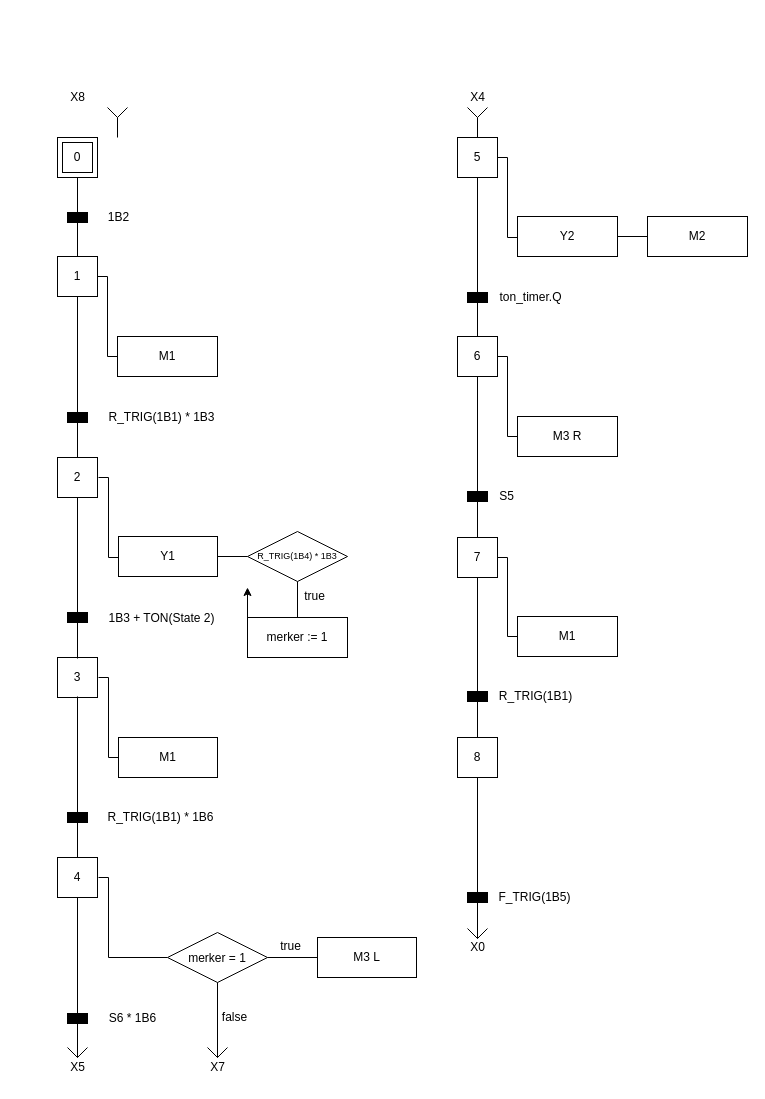
Above: schematics/Ablaufdiagramm.drawio in AdrianBecker/SPS-Station7 (draw.io), before the change. Source tidied: cells renumbered, new cells numbered last; positions are measured from the earlier drawing's top-left corner, leaving out a move shared by most shapes. Both pictures are drawn from the tidied source at 100%, with x=0, y=0 at pixel (57, 82).
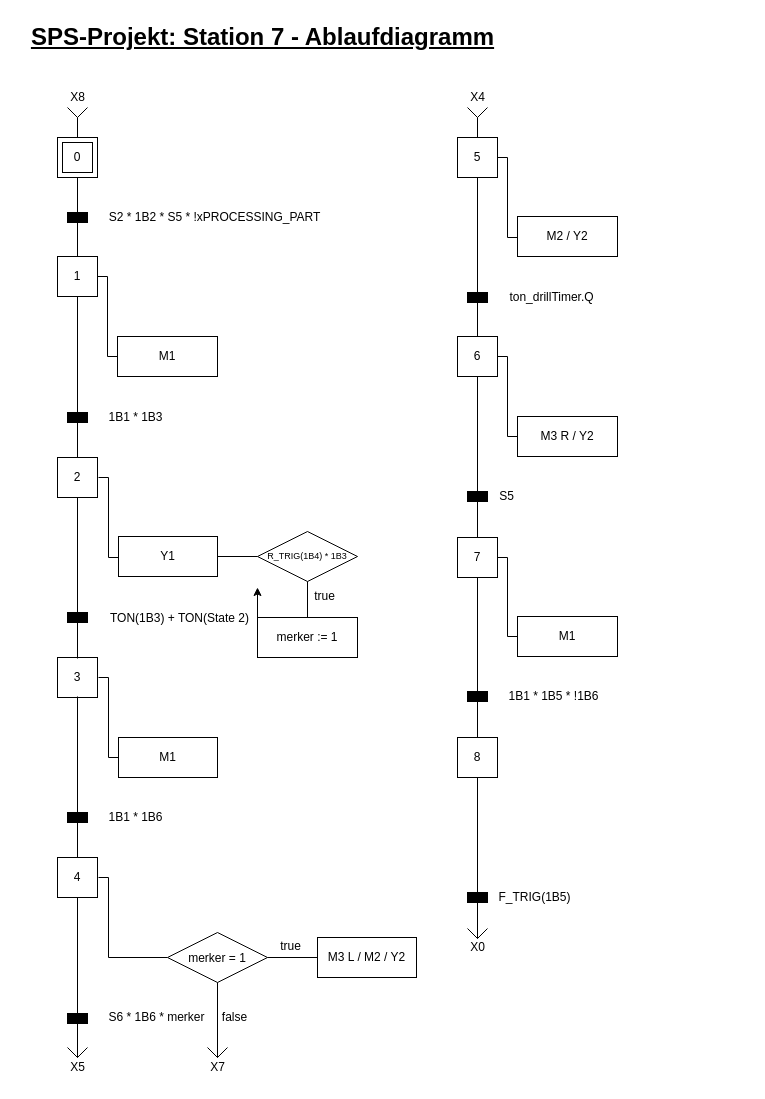
The same diagram, later.

Commit message (it also covers changes not shown here):
Updated process diagram

What changed in the source:
```diff
@@
     <mxCell id="5" style="endArrow=none;html=1;rounded=0;" parent="1" edge="1">
       <mxGeometry relative="1" as="geometry">
-        <mxPoint x="60" y="55" as="sourcePoint" />
-        <mxPoint x="60" y="35" as="targetPoint" />
+        <mxPoint x="20" y="55" as="sourcePoint" />
+        <mxPoint x="20" y="35" as="targetPoint" />
       </mxGeometry>
     </mxCell>
     <mxCell id="6" style="endArrow=none;html=1;rounded=0;" parent="1" edge="1">
       <mxGeometry relative="1" as="geometry">
-        <mxPoint x="60" y="35" as="sourcePoint" />
-        <mxPoint x="70" y="25" as="targetPoint" />
+        <mxPoint x="20" y="35" as="sourcePoint" />
+        <mxPoint x="30" y="25" as="targetPoint" />
       </mxGeometry>
     </mxCell>
     <mxCell id="7" style="endArrow=none;html=1;rounded=0;" parent="1" edge="1">
       <mxGeometry relative="1" as="geometry">
-        <mxPoint x="50" y="25" as="sourcePoint" />
-        <mxPoint x="60" y="35" as="targetPoint" />
+        <mxPoint x="10" y="25" as="sourcePoint" />
+        <mxPoint x="20" y="35" as="targetPoint" />
       </mxGeometry>
     </mxCell>
@@
-    <mxCell id="12" value="1B2" style="text;html=1;align=center;verticalAlign=middle;strokeColor=none;fillColor=none;" parent="1" vertex="1">
-      <mxGeometry x="41" y="120" width="40" height="30" as="geometry" />
+    <mxCell id="12" value="S2 * 1B2 * S5 * !xPROCESSING_PART" style="text;html=1;align=center;verticalAlign=middle;strokeColor=none;fillColor=none;" parent="1" vertex="1">
+      <mxGeometry x="37" y="120" width="240" height="30" as="geometry" />
     </mxCell>
@@
-    <mxCell id="21" value="R_TRIG(1B1) * 1B3" style="text;html=1;align=center;verticalAlign=middle;strokeColor=none;fillColor=none;" parent="1" vertex="1">
-      <mxGeometry x="39" y="320" width="130" height="30" as="geometry" />
+    <mxCell id="21" value="1B1 * 1B3" style="text;html=1;align=center;verticalAlign=middle;strokeColor=none;fillColor=none;" parent="1" vertex="1">
+      <mxGeometry x="38" y="320" width="80" height="30" as="geometry" />
     </mxCell>
@@
-    <mxCell id="33" value="1B3 + TON(State 2)" style="text;html=1;align=center;verticalAlign=middle;strokeColor=none;fillColor=none;" parent="1" vertex="1">
-      <mxGeometry x="39" y="521" width="130" height="30" as="geometry" />
+    <mxCell id="33" value="TON(1B3) + TON(State 2)" style="text;html=1;align=center;verticalAlign=middle;strokeColor=none;fillColor=none;" parent="1" vertex="1">
+      <mxGeometry x="42" y="521" width="160" height="30" as="geometry" />
     </mxCell>
@@
-    <mxCell id="44" value="S6 * 1B6" style="text;html=1;align=center;verticalAlign=middle;strokeColor=none;fillColor=none;" parent="1" vertex="1">
-      <mxGeometry x="40" y="921" width="70" height="30" as="geometry" />
+    <mxCell id="44" value="S6 * 1B6 * merker" style="text;html=1;align=center;verticalAlign=middle;strokeColor=none;fillColor=none;" parent="1" vertex="1">
+      <mxGeometry x="39" y="920" width="120" height="30" as="geometry" />
     </mxCell>
@@
-    <mxCell id="63" value="R_TRIG(1B1) * 1B6" style="text;html=1;align=center;verticalAlign=middle;strokeColor=none;fillColor=none;" parent="1" vertex="1">
-      <mxGeometry x="38" y="720" width="130" height="30" as="geometry" />
+    <mxCell id="63" value="&lt;div&gt;1B1 * 1B6&lt;/div&gt;" style="text;html=1;align=center;verticalAlign=middle;strokeColor=none;fillColor=none;" parent="1" vertex="1">
+      <mxGeometry x="38" y="720" width="80" height="30" as="geometry" />
     </mxCell>
     <mxCell id="64" value="&lt;div style=&quot;line-height: 20%;&quot;&gt;&lt;div&gt;&lt;font style=&quot;font-size: 9px; line-height: 20%;&quot;&gt;R_TRIG(1B4) * 1B3&lt;/font&gt;&lt;/div&gt;&lt;/div&gt;" style="rhombus;whiteSpace=wrap;html=1;" parent="1" vertex="1">
-      <mxGeometry x="190" y="449" width="100" height="50" as="geometry" />
+      <mxGeometry x="200" y="449" width="100" height="50" as="geometry" />
     </mxCell>
@@
     <mxCell id="66" value="merker := 1" style="rounded=0;whiteSpace=wrap;html=1;fillColor=none;" parent="1" vertex="1">
-      <mxGeometry x="190" y="535" width="100" height="40" as="geometry" />
+      <mxGeometry x="200" y="535" width="100" height="40" as="geometry" />
     </mxCell>
-    <mxCell id="67" style="endArrow=none;html=1;rounded=0;entryX=0.5;entryY=1;entryDx=0;entryDy=0;exitX=0.5;exitY=0;exitDx=0;exitDy=0;" parent="1" edge="1" source="66" target="64">
-      <mxGeometry relative="1" as="geometry" />
+    <mxCell id="67" style="endArrow=none;html=1;rounded=0;entryX=0.5;entryY=1;entryDx=0;entryDy=0;exitX=0.5;exitY=0;exitDx=0;exitDy=0;" parent="1" edge="1">
+      <mxGeometry relative="1" as="geometry">
+        <mxPoint x="250" y="535" as="sourcePoint" />
+        <mxPoint x="250" y="499" as="targetPoint" />
+      </mxGeometry>
     </mxCell>
     <mxCell id="68" value="true" style="text;html=1;align=center;verticalAlign=middle;strokeColor=none;fillColor=none;" parent="1" vertex="1">
-      <mxGeometry x="237" y="499" width="40" height="30" as="geometry" />
+      <mxGeometry x="247" y="499" width="40" height="30" as="geometry" />
     </mxCell>
     <mxCell id="69" style="endArrow=classic;html=1;rounded=0;" parent="1" edge="1">
       <mxGeometry relative="1" as="geometry">
-        <mxPoint x="190" y="535" as="sourcePoint" />
-        <mxPoint x="190" y="505" as="targetPoint" />
+        <mxPoint x="200" y="535" as="sourcePoint" />
+        <mxPoint x="200" y="505" as="targetPoint" />
       </mxGeometry>
     </mxCell>
@@
-    <mxCell id="75" value="M3 R" style="rounded=0;whiteSpace=wrap;html=1;fillColor=none;" parent="1" vertex="1">
+    <mxCell id="75" value="&lt;div&gt;M3 R / Y2&lt;/div&gt;" style="rounded=0;whiteSpace=wrap;html=1;fillColor=none;" parent="1" vertex="1">
       <mxGeometry x="460" y="334" width="100" height="40" as="geometry" />
     </mxCell>
-    <mxCell id="76" value="ton_timer.Q" style="text;html=1;align=center;verticalAlign=middle;strokeColor=none;fillColor=none;" parent="1" vertex="1">
-      <mxGeometry x="428" y="200" width="90" height="30" as="geometry" />
+    <mxCell id="76" value="ton_drillTimer.Q" style="text;html=1;align=center;verticalAlign=middle;strokeColor=none;fillColor=none;" parent="1" vertex="1">
+      <mxGeometry x="439" y="200" width="110" height="30" as="geometry" />
     </mxCell>
@@
-    <mxCell id="88" value="Y2" style="rounded=0;whiteSpace=wrap;html=1;fillColor=none;" parent="1" vertex="1">
+    <mxCell id="88" value="M2 / Y2" style="rounded=0;whiteSpace=wrap;html=1;fillColor=none;" parent="1" vertex="1">
       <mxGeometry x="460" y="134" width="100" height="40" as="geometry" />
     </mxCell>
-    <mxCell id="89" value="M2" style="rounded=0;whiteSpace=wrap;html=1;fillColor=none;" parent="1" vertex="1">
-      <mxGeometry x="590" y="134" width="100" height="40" as="geometry" />
-    </mxCell>
-    <mxCell id="90" style="endArrow=none;html=1;rounded=0;exitX=1;exitY=0.5;exitDx=0;exitDy=0;entryX=0;entryY=0.5;entryDx=0;entryDy=0;" parent="1" edge="1" source="88" target="89">
-      <mxGeometry relative="1" as="geometry" />
-    </mxCell>
@@
-    <mxCell id="96" value="R_TRIG(1B1)" style="text;html=1;align=center;verticalAlign=middle;strokeColor=none;fillColor=none;" parent="1" vertex="1">
-      <mxGeometry x="428" y="599" width="100" height="30" as="geometry" />
+    <mxCell id="96" value="1B1 * 1B5 * !1B6" style="text;html=1;align=center;verticalAlign=middle;strokeColor=none;fillColor=none;" parent="1" vertex="1">
+      <mxGeometry x="441" y="599" width="110" height="30" as="geometry" />
     </mxCell>
@@
-    <mxCell id="104" value="M3 L" style="rounded=0;whiteSpace=wrap;html=1;fillColor=none;" parent="1" vertex="1">
+    <mxCell id="104" value="M3 L / M2 / Y2" style="rounded=0;whiteSpace=wrap;html=1;fillColor=none;" parent="1" vertex="1">
       <mxGeometry x="260" y="855" width="99" height="40" as="geometry" />
     </mxCell>
@@
+    <mxCell id="106" value="&lt;font style=&quot;font-size: 24px;&quot;&gt;&lt;b&gt;&lt;u&gt;SPS-Projekt: Station 7 - Ablaufdiagramm&lt;/u&gt;&lt;/b&gt;&lt;/font&gt;" style="text;html=1;align=center;verticalAlign=middle;strokeColor=none;fillColor=none;" parent="1" vertex="1">
+      <mxGeometry x="-40" y="-65" width="490" height="40" as="geometry" />
+    </mxCell>
```
